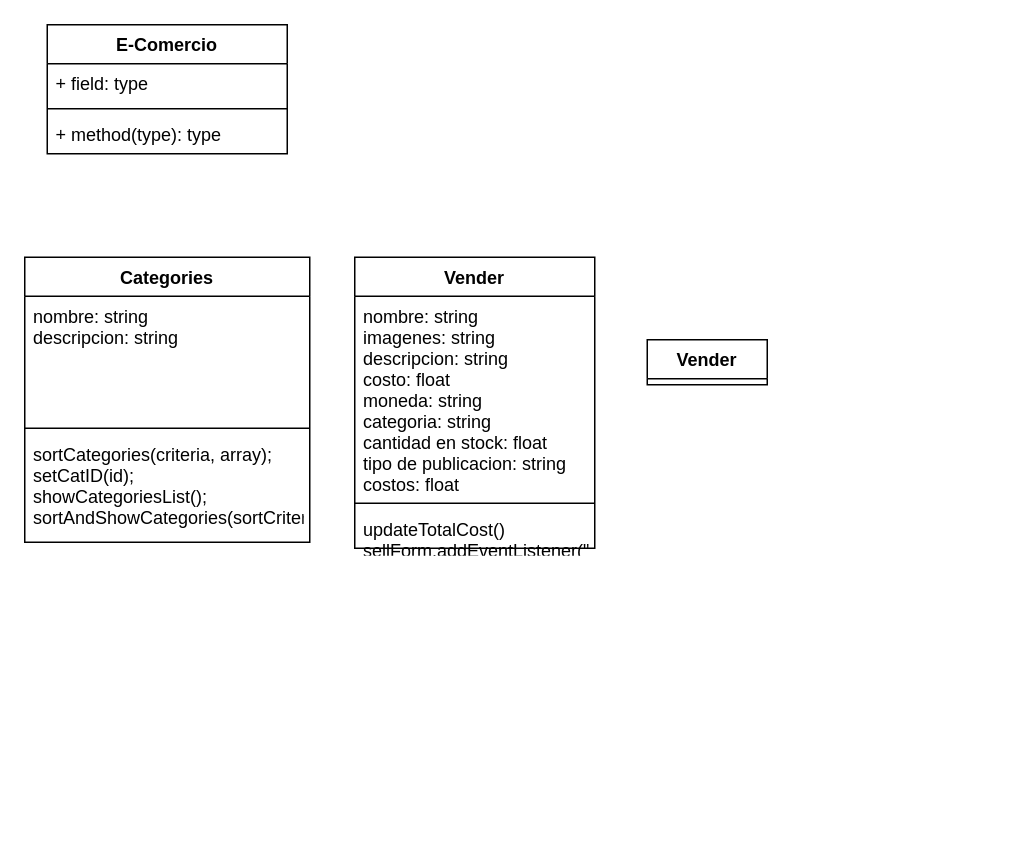
Earlier version of the draw.io diagram diagrama.drawio (facudacosta1/workplace1). Source tidied: cells renumbered, new cells numbered last; positions are measured from the earlier drawing's top-left corner, leaving out a move shared by most shapes. Both pictures are drawn from the tidied source at 150%, with x=0, y=0 at pixel (24, 24).
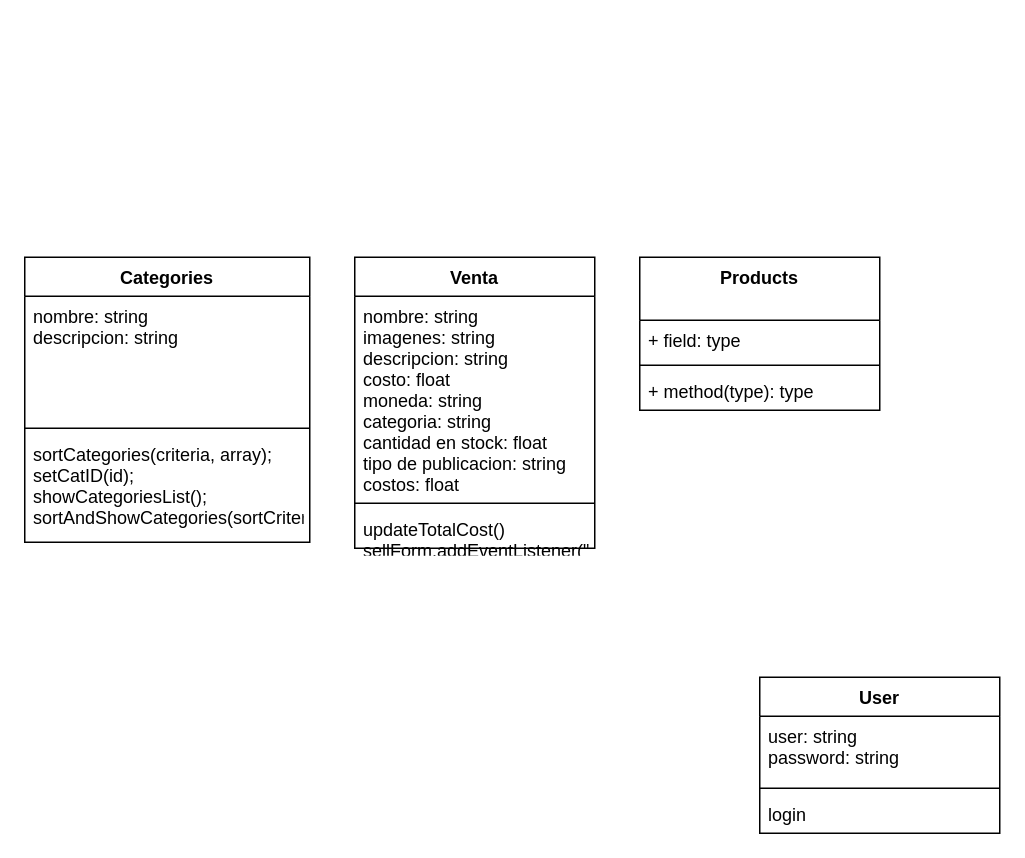
After the change.

Diff of the diagram source:
```diff
@@
 <mxGraphModel>
   <root>
     <mxCell id="0" />
     <mxCell id="1" parent="0" />
     <mxCell id="2" value="Categories" style="swimlane;fontStyle=1;align=center;verticalAlign=top;horizontal=1;startSize=26;" parent="1" vertex="1">
       <mxGeometry y="155" width="190" height="190" as="geometry" />
     </mxCell>
     <mxCell id="3" value="nombre: string&#10;descripcion: string&#10;" style="text;strokeColor=none;fillColor=none;align=left;verticalAlign=top;spacingLeft=4;spacingRight=4;overflow=hidden;" parent="2" vertex="1">
       <mxGeometry y="26" width="190" height="84" as="geometry" />
     </mxCell>
     <mxCell id="4" style="line;strokeWidth=1;fillColor=none;align=left;verticalAlign=middle;spacingTop=-1;spacingLeft=3;spacingRight=3;labelPosition=right;strokeColor=inherit;" parent="2" vertex="1">
       <mxGeometry y="110" width="190" height="8" as="geometry" />
     </mxCell>
     <mxCell id="5" value="sortCategories(criteria, array);&#10;setCatID(id);&#10;showCategoriesList();&#10;sortAndShowCategories(sortCriteria,  categoriesArray);&#10;&#10;" style="text;strokeColor=none;fillColor=none;align=left;verticalAlign=top;spacingLeft=4;spacingRight=4;overflow=hidden;" parent="2" vertex="1">
       <mxGeometry y="118" width="190" height="72" as="geometry" />
     </mxCell>
-    <mxCell id="6" value="E-Comercio" style="swimlane;fontStyle=1;align=center;verticalAlign=top;horizontal=1;startSize=26;" parent="1" vertex="1">
-      <mxGeometry x="15" width="160" height="86" as="geometry" />
-    </mxCell>
-    <mxCell id="7" value="+ field: type" style="text;strokeColor=none;fillColor=none;align=left;verticalAlign=top;spacingLeft=4;spacingRight=4;overflow=hidden;" parent="6" vertex="1">
-      <mxGeometry y="26" width="160" height="26" as="geometry" />
-    </mxCell>
-    <mxCell id="8" style="line;strokeWidth=1;fillColor=none;align=left;verticalAlign=middle;spacingTop=-1;spacingLeft=3;spacingRight=3;labelPosition=right;strokeColor=inherit;" parent="6" vertex="1">
-      <mxGeometry y="52" width="160" height="8" as="geometry" />
-    </mxCell>
-    <mxCell id="9" value="+ method(type): type" style="text;strokeColor=none;fillColor=none;align=left;verticalAlign=top;spacingLeft=4;spacingRight=4;overflow=hidden;" parent="6" vertex="1">
-      <mxGeometry y="60" width="160" height="26" as="geometry" />
-    </mxCell>
-    <mxCell id="10" value="Vender" style="swimlane;fontStyle=1;align=center;verticalAlign=top;horizontal=1;startSize=26;" parent="1" vertex="1" collapsed="1">
-      <mxGeometry x="415" y="210" width="80" height="30" as="geometry" />
-    </mxCell>
-    <mxCell id="11" value="Vender" style="swimlane;fontStyle=1;align=center;verticalAlign=top;horizontal=1;startSize=26;" parent="1" vertex="1">
+    <mxCell id="11" value="Venta" style="swimlane;fontStyle=1;align=center;verticalAlign=top;horizontal=1;startSize=26;" parent="1" vertex="1">
       <mxGeometry x="220" y="155" width="160" height="194" as="geometry" />
     </mxCell>
     <mxCell id="12" value="nombre: string&#10;imagenes: string&#10;descripcion: string&#10;costo: float&#10;moneda: string&#10;categoria: string&#10;cantidad en stock: float&#10;tipo de publicacion: string&#10;costos: float&#10;" style="text;strokeColor=none;fillColor=none;align=left;verticalAlign=top;spacingLeft=4;spacingRight=4;overflow=hidden;" parent="11" vertex="1">
       <mxGeometry y="26" width="160" height="134" as="geometry" />
     </mxCell>
     <mxCell id="13" style="line;strokeWidth=1;fillColor=none;align=left;verticalAlign=middle;spacingTop=-1;spacingLeft=3;spacingRight=3;labelPosition=right;strokeColor=inherit;" parent="11" vertex="1">
       <mxGeometry y="160" width="160" height="8" as="geometry" />
     </mxCell>
     <mxCell id="14" value="updateTotalCost()&#10;sellForm.addEventListener(&quot;submit&quot;, function(e)&#10;" style="text;strokeColor=none;fillColor=none;align=left;verticalAlign=top;spacingLeft=4;spacingRight=4;overflow=hidden;" parent="11" vertex="1">
       <mxGeometry y="168" width="160" height="26" as="geometry" />
     </mxCell>
+    <mxCell id="15" value="Products" style="swimlane;fontStyle=1;align=center;verticalAlign=top;horizontal=1;startSize=42;" parent="1" vertex="1">
+      <mxGeometry x="410" y="155" width="160" height="102" as="geometry" />
+    </mxCell>
+    <mxCell id="7" value="+ field: type" style="text;strokeColor=none;fillColor=none;align=left;verticalAlign=top;spacingLeft=4;spacingRight=4;overflow=hidden;" parent="15" vertex="1">
+      <mxGeometry y="42" width="160" height="26" as="geometry" />
+    </mxCell>
+    <mxCell id="16" style="line;strokeWidth=1;fillColor=none;align=left;verticalAlign=middle;spacingTop=-1;spacingLeft=3;spacingRight=3;labelPosition=right;strokeColor=inherit;" parent="15" vertex="1">
+      <mxGeometry y="68" width="160" height="8" as="geometry" />
+    </mxCell>
+    <mxCell id="9" value="+ method(type): type" style="text;strokeColor=none;fillColor=none;align=left;verticalAlign=top;spacingLeft=4;spacingRight=4;overflow=hidden;" parent="15" vertex="1">
+      <mxGeometry y="76" width="160" height="26" as="geometry" />
+    </mxCell>
+    <mxCell id="17" value="User" style="swimlane;fontStyle=1;align=center;verticalAlign=top;horizontal=1;startSize=26;" parent="1" vertex="1">
+      <mxGeometry x="490" y="435" width="160" height="104" as="geometry" />
+    </mxCell>
+    <mxCell id="18" value="user: string&#10;password: string" style="text;strokeColor=none;fillColor=none;align=left;verticalAlign=top;spacingLeft=4;spacingRight=4;overflow=hidden;" parent="17" vertex="1">
+      <mxGeometry y="26" width="160" height="44" as="geometry" />
+    </mxCell>
+    <mxCell id="19" style="line;strokeWidth=1;fillColor=none;align=left;verticalAlign=middle;spacingTop=-1;spacingLeft=3;spacingRight=3;labelPosition=right;strokeColor=inherit;" parent="17" vertex="1">
+      <mxGeometry y="70" width="160" height="8" as="geometry" />
+    </mxCell>
+    <mxCell id="20" value="login" style="text;strokeColor=none;fillColor=none;align=left;verticalAlign=top;spacingLeft=4;spacingRight=4;overflow=hidden;" parent="17" vertex="1">
+      <mxGeometry y="78" width="160" height="26" as="geometry" />
+    </mxCell>
   </root>
 </mxGraphModel>
```
